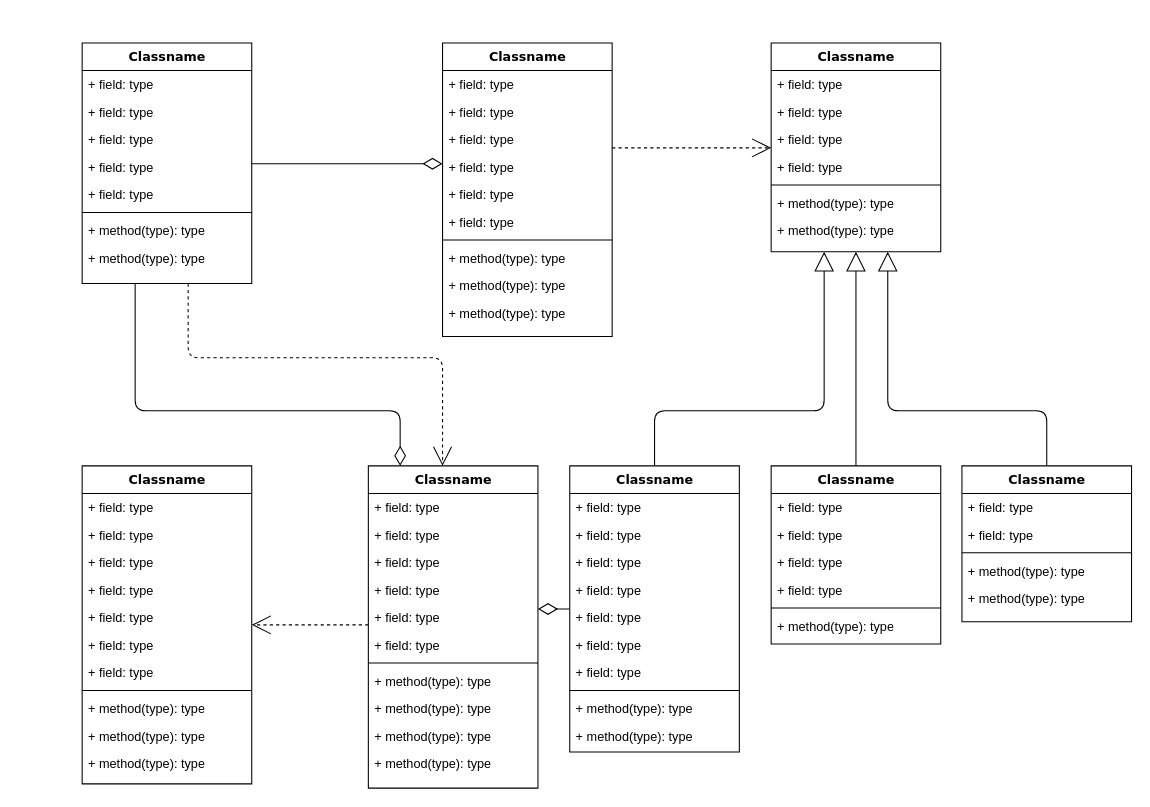
Before: Untitled Diagram.drawio in keri-gannon/pern-stack, a draw.io diagram. Source tidied: cells renumbered, new cells numbered last; positions are measured from the earlier drawing's top-left corner, leaving out a move shared by most shapes. Both pictures are drawn from the tidied source at 106%, with x=0, y=0 at pixel (82, 42).
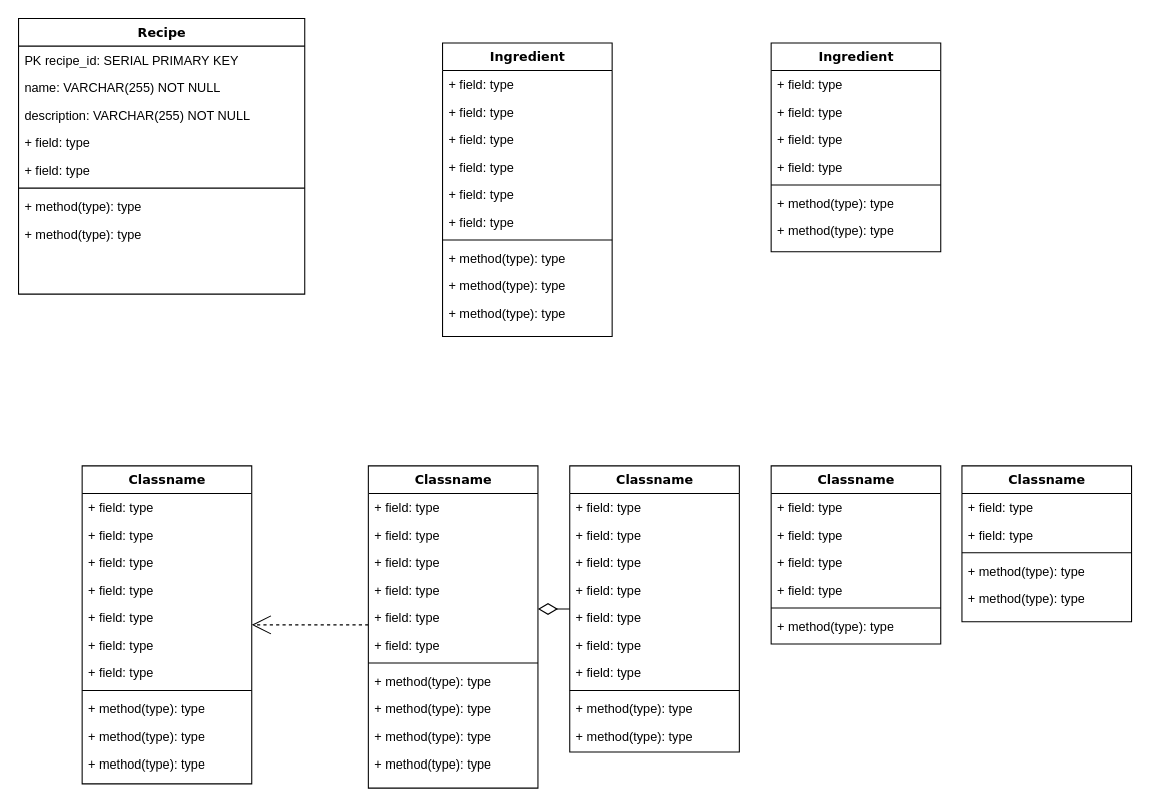
Above is the later version.

Unchanged cells that the change refers to:
```xml
<mxCell id="47" value="Classname" style="swimlane;html=1;fontStyle=1;align=center;verticalAlign=top;horizontal=1;startSize=26;swimlaneFillColor=#ffffff;rounded=0;shadow=0;comic=0;labelBackgroundColor=none;strokeWidth=1;fillColor=none;fontFamily=Verdana;fontSize=12;" parent="1" vertex="1">
  <mxGeometry x="270" y="399" width="160" height="304" as="geometry" />
</mxCell>
<mxCell id="60" value="Classname" style="swimlane;html=1;fontStyle=1;align=center;verticalAlign=top;horizontal=1;startSize=26;swimlaneFillColor=#ffffff;rounded=0;shadow=0;comic=0;labelBackgroundColor=none;strokeWidth=1;fillColor=none;fontFamily=Verdana;fontSize=12;" parent="1" vertex="1">
  <mxGeometry x="460" y="399" width="160" height="270" as="geometry" />
</mxCell>
<mxCell id="72" value="Classname" style="swimlane;html=1;fontStyle=1;align=center;verticalAlign=top;horizontal=1;startSize=26;swimlaneFillColor=#ffffff;rounded=0;shadow=0;comic=0;labelBackgroundColor=none;strokeWidth=1;fillColor=none;fontFamily=Verdana;fontSize=12;" parent="1" vertex="1">
  <mxGeometry x="650" y="399" width="160" height="168" as="geometry" />
</mxCell>
<mxCell id="80" value="Classname" style="swimlane;html=1;fontStyle=1;align=center;verticalAlign=top;horizontal=1;startSize=26;swimlaneFillColor=#ffffff;rounded=0;shadow=0;comic=0;labelBackgroundColor=none;strokeWidth=1;fillColor=none;fontFamily=Verdana;fontSize=12;" parent="1" vertex="1">
  <mxGeometry x="830" y="399" width="160" height="147" as="geometry" />
</mxCell>
```

Change to the diagram source:
```diff
@@
-    <mxCell id="2" style="edgeStyle=orthogonalEdgeStyle;html=1;labelBackgroundColor=none;startFill=0;startSize=8;endArrow=open;endFill=0;endSize=16;fontFamily=Verdana;fontSize=12;dashed=1;" parent="1" edge="1" source="4" target="47">
-      <mxGeometry relative="1" as="geometry">
-        <Array as="points">
-          <mxPoint x="100" y="297" />
-          <mxPoint x="340" y="297" />
-        </Array>
-      </mxGeometry>
-    </mxCell>
-    <mxCell id="3" style="edgeStyle=orthogonalEdgeStyle;html=1;labelBackgroundColor=none;startFill=0;startSize=8;endArrow=diamondThin;endFill=0;endSize=16;fontFamily=Verdana;fontSize=12;" parent="1" edge="1" source="4" target="47">
-      <mxGeometry relative="1" as="geometry">
-        <Array as="points">
-          <mxPoint x="50" y="347" />
-          <mxPoint x="300" y="347" />
-        </Array>
-      </mxGeometry>
-    </mxCell>
-    <mxCell id="4" value="Classname" style="swimlane;html=1;fontStyle=1;align=center;verticalAlign=top;horizontal=1;startSize=26;swimlaneFillColor=#ffffff;rounded=0;shadow=0;comic=0;labelBackgroundColor=none;strokeWidth=1;fillColor=none;fontFamily=Verdana;fontSize=12;" parent="1" vertex="1">
-      <mxGeometry width="160" height="227" as="geometry" />
+    <mxCell id="4" value="Recipe" style="swimlane;html=1;fontStyle=1;align=center;verticalAlign=top;horizontal=1;startSize=26;swimlaneFillColor=#ffffff;rounded=0;shadow=0;comic=0;labelBackgroundColor=none;strokeWidth=1;fillColor=none;fontFamily=Verdana;fontSize=12;" parent="1" vertex="1">
+      <mxGeometry x="-60" y="-23" width="270" height="260" as="geometry" />
     </mxCell>
-    <mxCell id="5" value="+ field: type" style="text;html=1;strokeColor=none;fillColor=none;align=left;verticalAlign=top;spacingLeft=4;spacingRight=4;whiteSpace=wrap;overflow=hidden;" parent="4" vertex="1">
-      <mxGeometry y="26" width="160" height="26" as="geometry" />
+    <mxCell id="5" value="PK recipe_id: SERIAL PRIMARY KEY" style="text;html=1;strokeColor=none;fillColor=none;align=left;verticalAlign=top;spacingLeft=4;spacingRight=4;whiteSpace=wrap;overflow=hidden;" parent="4" vertex="1">
+      <mxGeometry y="26" width="270" height="26" as="geometry" />
     </mxCell>
-    <mxCell id="6" value="+ field: type" style="text;html=1;strokeColor=none;fillColor=none;align=left;verticalAlign=top;spacingLeft=4;spacingRight=4;whiteSpace=wrap;overflow=hidden;" parent="4" vertex="1">
-      <mxGeometry y="52" width="160" height="26" as="geometry" />
+    <mxCell id="6" value="name: VARCHAR(255) NOT NULL&amp;nbsp;&amp;nbsp;" style="text;html=1;strokeColor=none;fillColor=none;align=left;verticalAlign=top;spacingLeft=4;spacingRight=4;whiteSpace=wrap;overflow=hidden;" parent="4" vertex="1">
+      <mxGeometry y="52" width="270" height="26" as="geometry" />
     </mxCell>
-    <mxCell id="7" value="+ field: type" style="text;html=1;strokeColor=none;fillColor=none;align=left;verticalAlign=top;spacingLeft=4;spacingRight=4;whiteSpace=wrap;overflow=hidden;" parent="4" vertex="1">
-      <mxGeometry y="78" width="160" height="26" as="geometry" />
+    <mxCell id="7" value="description: VARCHAR(255) NOT NULL" style="text;html=1;strokeColor=none;fillColor=none;align=left;verticalAlign=top;spacingLeft=4;spacingRight=4;whiteSpace=wrap;overflow=hidden;" parent="4" vertex="1">
+      <mxGeometry y="78" width="270" height="26" as="geometry" />
     </mxCell>
     <mxCell id="8" value="+ field: type" style="text;html=1;strokeColor=none;fillColor=none;align=left;verticalAlign=top;spacingLeft=4;spacingRight=4;whiteSpace=wrap;overflow=hidden;" parent="4" vertex="1">
-      <mxGeometry y="104" width="160" height="26" as="geometry" />
+      <mxGeometry y="104" width="270" height="26" as="geometry" />
     </mxCell>
     <mxCell id="9" value="+ field: type" style="text;html=1;strokeColor=none;fillColor=none;align=left;verticalAlign=top;spacingLeft=4;spacingRight=4;whiteSpace=wrap;overflow=hidden;" parent="4" vertex="1">
-      <mxGeometry y="130" width="160" height="26" as="geometry" />
+      <mxGeometry y="130" width="270" height="26" as="geometry" />
     </mxCell>
     <mxCell id="10" style="line;html=1;strokeWidth=1;fillColor=none;align=left;verticalAlign=middle;spacingTop=-1;spacingLeft=3;spacingRight=3;labelPosition=right;" parent="4" vertex="1">
-      <mxGeometry y="156" width="160" height="8" as="geometry" />
+      <mxGeometry y="156" width="270" height="8" as="geometry" />
     </mxCell>
     <mxCell id="11" value="+ method(type): type" style="text;html=1;strokeColor=none;fillColor=none;align=left;verticalAlign=top;spacingLeft=4;spacingRight=4;whiteSpace=wrap;overflow=hidden;" parent="4" vertex="1">
-      <mxGeometry y="164" width="160" height="26" as="geometry" />
+      <mxGeometry y="164" width="270" height="26" as="geometry" />
     </mxCell>
     <mxCell id="12" value="+ method(type): type" style="text;html=1;strokeColor=none;fillColor=none;align=left;verticalAlign=top;spacingLeft=4;spacingRight=4;whiteSpace=wrap;overflow=hidden;" parent="4" vertex="1">
-      <mxGeometry y="190" width="160" height="26" as="geometry" />
+      <mxGeometry y="190" width="270" height="26" as="geometry" />
     </mxCell>
-    <mxCell id="13" style="edgeStyle=elbowEdgeStyle;html=1;labelBackgroundColor=none;startFill=0;startSize=8;endArrow=open;endFill=0;endSize=16;fontFamily=Verdana;fontSize=12;elbow=vertical;dashed=1;" parent="1" edge="1" source="14" target="25">
-      <mxGeometry relative="1" as="geometry" />
-    </mxCell>
-    <mxCell id="14" value="Classname" style="swimlane;html=1;fontStyle=1;align=center;verticalAlign=top;horizontal=1;startSize=26;swimlaneFillColor=#ffffff;rounded=0;shadow=0;comic=0;labelBackgroundColor=none;strokeWidth=1;fillColor=none;fontFamily=Verdana;fontSize=12;" parent="1" vertex="1">
+    <mxCell id="14" value="Ingredient" style="swimlane;html=1;fontStyle=1;align=center;verticalAlign=top;horizontal=1;startSize=26;swimlaneFillColor=#ffffff;rounded=0;shadow=0;comic=0;labelBackgroundColor=none;strokeWidth=1;fillColor=none;fontFamily=Verdana;fontSize=12;" parent="1" vertex="1">
       <mxGeometry x="340" width="160" height="277" as="geometry" />
     </mxCell>
@@
-    <mxCell id="25" value="Classname" style="swimlane;html=1;fontStyle=1;align=center;verticalAlign=top;horizontal=1;startSize=26;swimlaneFillColor=#ffffff;rounded=0;shadow=0;comic=0;labelBackgroundColor=none;strokeWidth=1;fillColor=none;fontFamily=Verdana;fontSize=12;" parent="1" vertex="1">
+    <mxCell id="25" value="Ingredient" style="swimlane;html=1;fontStyle=1;align=center;verticalAlign=top;horizontal=1;startSize=26;swimlaneFillColor=#ffffff;rounded=0;shadow=0;comic=0;labelBackgroundColor=none;strokeWidth=1;fillColor=none;fontFamily=Verdana;fontSize=12;" parent="1" vertex="1">
       <mxGeometry x="650" width="160" height="197" as="geometry" />
     </mxCell>
@@
-    <mxCell id="59" style="edgeStyle=orthogonalEdgeStyle;html=1;labelBackgroundColor=none;startFill=0;startSize=8;endArrow=block;endFill=0;endSize=16;fontFamily=Verdana;fontSize=12;" parent="1" edge="1" source="60" target="25">
-      <mxGeometry relative="1" as="geometry">
-        <Array as="points">
-          <mxPoint x="540" y="347" />
-          <mxPoint x="700" y="347" />
-        </Array>
-      </mxGeometry>
-    </mxCell>
@@
-    <mxCell id="71" style="edgeStyle=orthogonalEdgeStyle;html=1;labelBackgroundColor=none;startFill=0;startSize=8;endArrow=block;endFill=0;endSize=16;fontFamily=Verdana;fontSize=12;" parent="1" edge="1" source="72" target="25">
-      <mxGeometry relative="1" as="geometry" />
-    </mxCell>
@@
-    <mxCell id="79" style="edgeStyle=orthogonalEdgeStyle;html=1;labelBackgroundColor=none;startFill=0;startSize=8;endArrow=block;endFill=0;endSize=16;fontFamily=Verdana;fontSize=12;" parent="1" edge="1" source="80" target="25">
-      <mxGeometry relative="1" as="geometry">
-        <Array as="points">
-          <mxPoint x="910" y="347" />
-          <mxPoint x="760" y="347" />
-        </Array>
-      </mxGeometry>
-    </mxCell>
@@
-    <mxCell id="86" style="edgeStyle=elbowEdgeStyle;html=1;labelBackgroundColor=none;startFill=0;startSize=8;endArrow=diamondThin;endFill=0;endSize=16;fontFamily=Verdana;fontSize=12;elbow=vertical;" parent="1" edge="1" source="4" target="14">
-      <mxGeometry relative="1" as="geometry" />
-    </mxCell>
```
